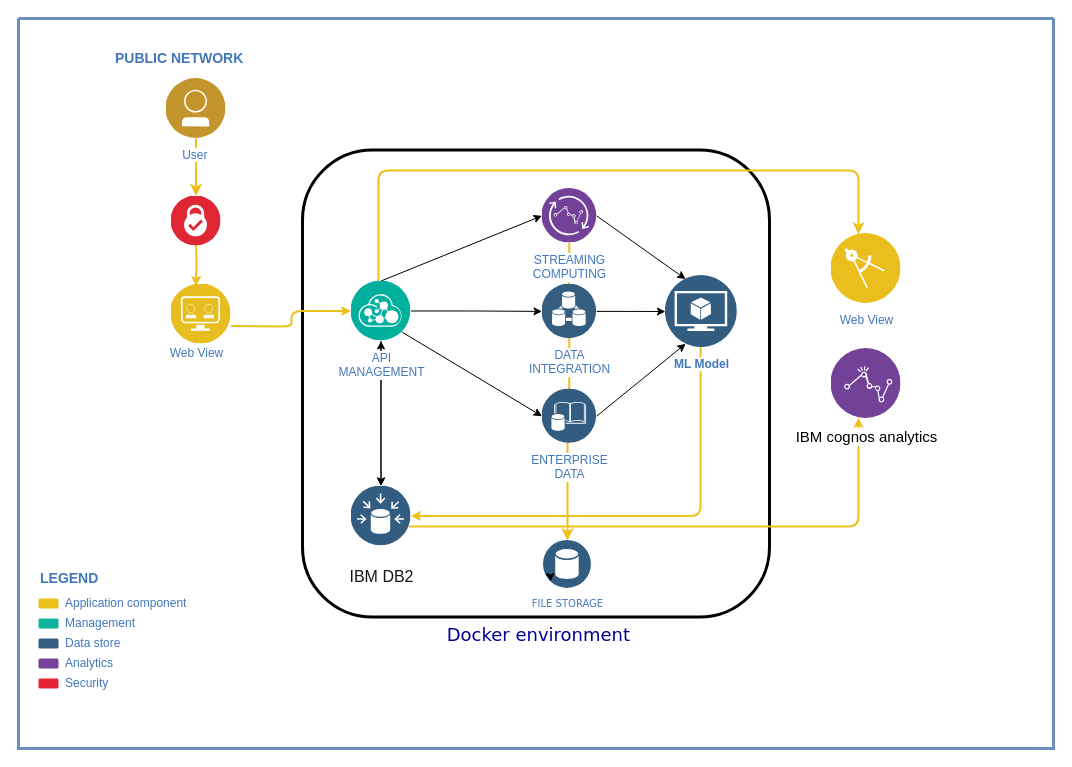
ajmalbinnizam/IBM-Call-for-Code-2022 keeps this draw.io diagram as IBM hackathon Diagram.drawio. Above is the earlier version. Source tidied: cells renumbered, new cells numbered last; positions are measured from the earlier drawing's top-left corner, leaving out a move shared by most shapes. Both pictures are drawn from the tidied source at 100%, with x=0, y=0 at pixel (18, 18).
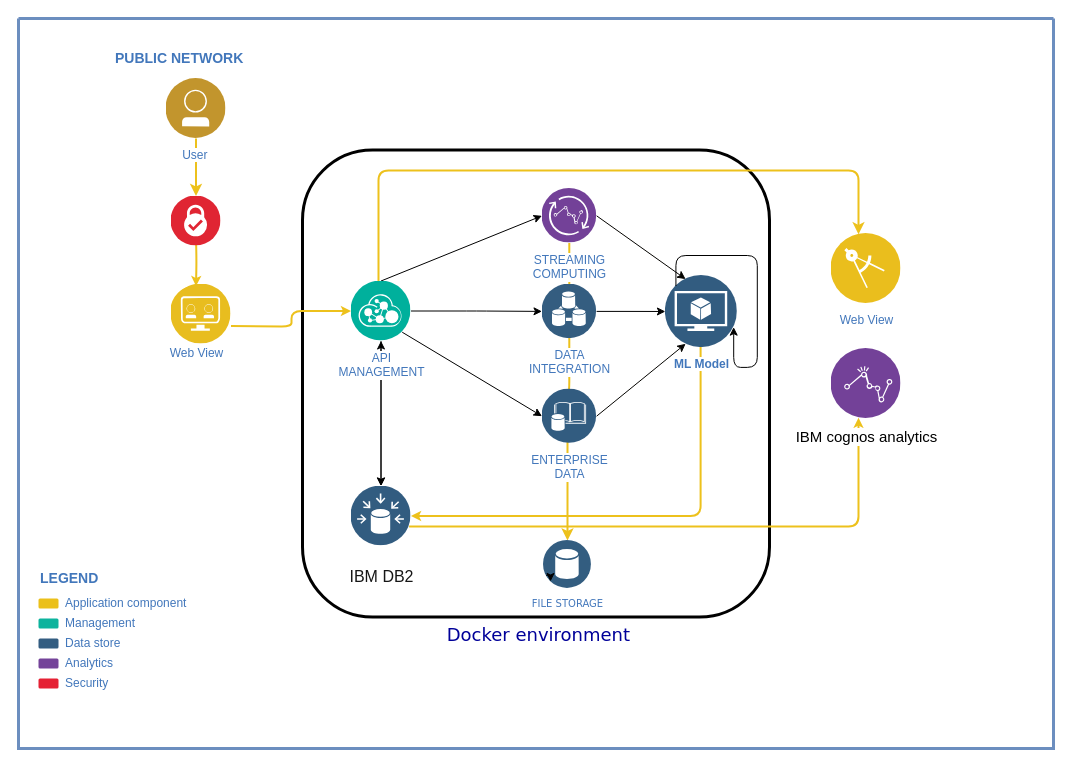
The same diagram, later.

Unchanged cells that the change refers to:
```xml
<mxCell id="2" style="swimlane;shadow=0;strokeColor=#6c8ebf;fillColor=#dae8fc;align=left;startSize=0;strokeWidth=3;labelBorderColor=default;rounded=1;" parent="1" vertex="1">
  <mxGeometry width="1035" height="730" as="geometry" />
</mxCell>
<mxCell id="23" value="&lt;b&gt;ML Model&lt;/b&gt;" style="perimeter=ellipsePerimeter;html=1;align=center;shadow=0;dashed=0;fontColor=#4277BB;labelBackgroundColor=#ffffff;fontSize=12;spacingTop=3;image;image=img/lib/ibm/data/model.svg;rounded=1;" parent="2" vertex="1">
  <mxGeometry x="646.9" y="257" width="71.9" height="71.9" as="geometry" />
</mxCell>
```

The edit, as a diff of the source:
```diff
@@
+    <mxCell id="43" style="edgeStyle=orthogonalEdgeStyle;rounded=1;orthogonalLoop=1;jettySize=auto;html=1;exitX=0;exitY=0;exitDx=0;exitDy=0;entryX=1;entryY=0.75;entryDx=0;entryDy=0;fontFamily=Verdana;fontSize=18;" parent="2" edge="1" source="23" target="23">
+      <mxGeometry relative="1" as="geometry" />
+    </mxCell>
```
